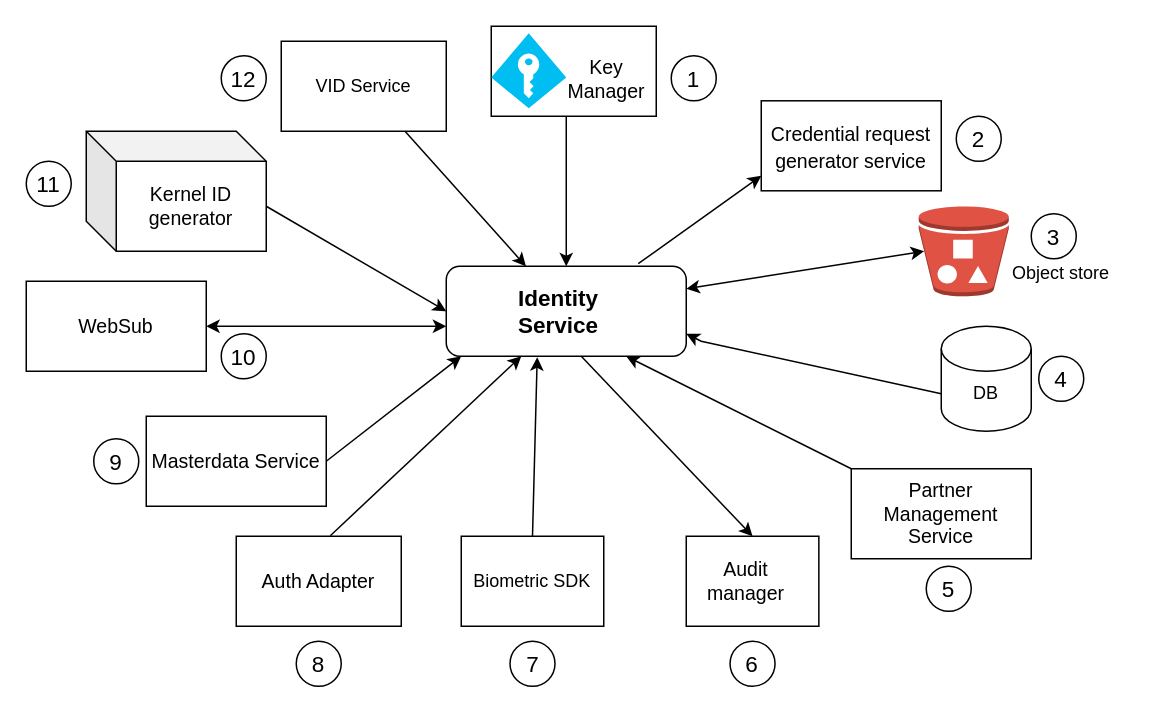
Before: docs/_images/identity-service.drawio in mosip/documentation, a draw.io diagram. Source tidied: cells renumbered, new cells numbered last; positions are measured from the earlier drawing's top-left corner, leaving out a move shared by most shapes. Both pictures are drawn from the tidied source at 150%, with x=0, y=0 at pixel (26, 26).
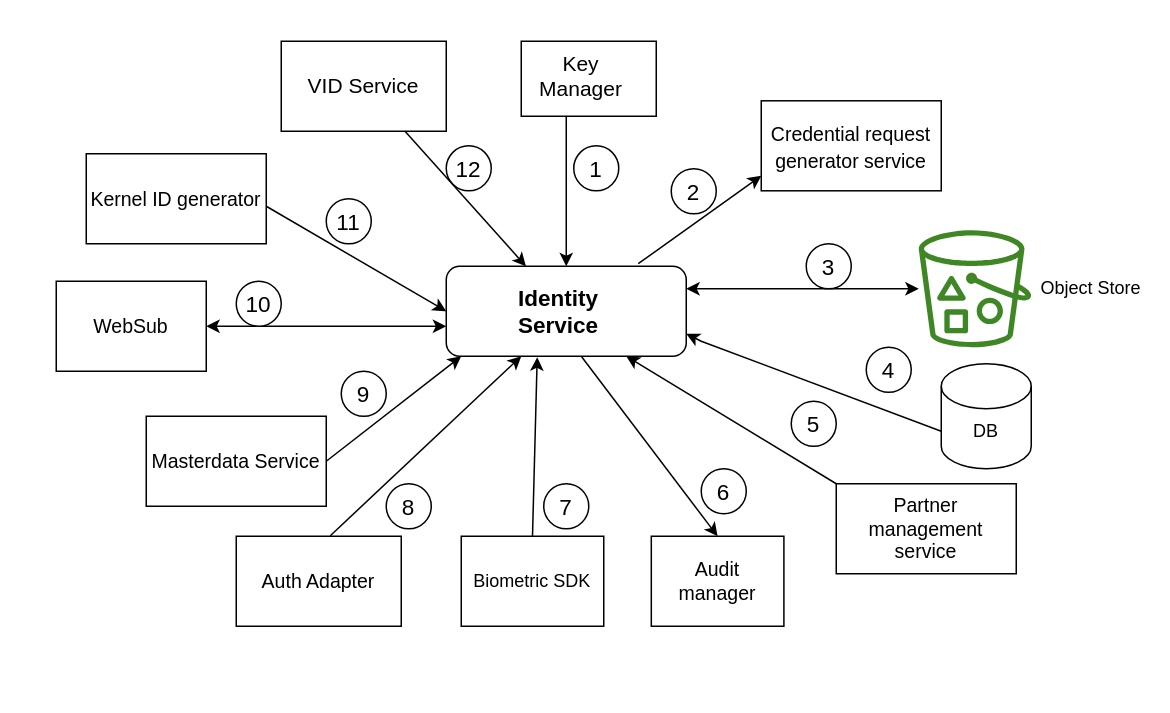
Above is the later version.

The change refers to these unchanged cells:
```xml
<mxCell id="2" style="rounded=1;whiteSpace=wrap;html=1;" parent="1" vertex="1">
  <mxGeometry x="280" y="160" width="160" height="60" as="geometry" />
</mxCell>
```

What changed in the source:
```diff
@@
     <mxCell id="4" value="&lt;font style=&quot;font-size: 13px&quot;&gt;WebSub&lt;/font&gt;" style="rounded=0;whiteSpace=wrap;html=1;" parent="1" vertex="1">
-      <mxGeometry y="170" width="120" height="60" as="geometry" />
+      <mxGeometry x="20" y="170" width="100" height="60" as="geometry" />
     </mxCell>
     <mxCell id="5" style="rounded=0;whiteSpace=wrap;html=1;" parent="1" vertex="1">
-      <mxGeometry x="310" width="110" height="60" as="geometry" />
+      <mxGeometry x="330" y="10" width="90" height="50" as="geometry" />
     </mxCell>
-    <mxCell id="6" value="&lt;font style=&quot;font-size: 13px&quot;&gt;Partner Management Service&lt;/font&gt;" style="rounded=0;whiteSpace=wrap;html=1;" parent="1" vertex="1">
-      <mxGeometry x="550" y="295" width="120" height="60" as="geometry" />
+    <mxCell id="6" value="&lt;font style=&quot;font-size: 13px&quot;&gt;Partner management service&lt;/font&gt;" style="rounded=0;whiteSpace=wrap;html=1;" parent="1" vertex="1">
+      <mxGeometry x="540" y="305" width="120" height="60" as="geometry" />
     </mxCell>
-    <mxCell id="7" value="VID Service" style="rounded=0;whiteSpace=wrap;html=1;" parent="1" vertex="1">
+    <mxCell id="7" value="&lt;font style=&quot;font-size: 14px&quot;&gt;VID Service&lt;/font&gt;" style="rounded=0;whiteSpace=wrap;html=1;" parent="1" vertex="1">
       <mxGeometry x="170" y="10" width="110" height="60" as="geometry" />
     </mxCell>
@@
     <mxCell id="11" style="rounded=0;whiteSpace=wrap;html=1;" parent="1" vertex="1">
-      <mxGeometry x="440" y="340" width="88.4" height="60" as="geometry" />
+      <mxGeometry x="416.7" y="340" width="88.4" height="60" as="geometry" />
     </mxCell>
-    <mxCell id="12" value="&lt;font style=&quot;font-size: 13px&quot;&gt;Key Manager&lt;/font&gt;" style="text;html=1;strokeColor=none;fillColor=none;align=center;verticalAlign=middle;whiteSpace=wrap;rounded=0;" parent="1" vertex="1">
-      <mxGeometry x="356.7" y="19.7" width="60" height="30" as="geometry" />
+    <mxCell id="12" value="&lt;font style=&quot;font-size: 14px&quot;&gt;Key Manager&lt;/font&gt;" style="text;html=1;strokeColor=none;fillColor=none;align=center;verticalAlign=middle;whiteSpace=wrap;rounded=0;" parent="1" vertex="1">
+      <mxGeometry x="340" y="20" width="60" height="25" as="geometry" />
     </mxCell>
-    <mxCell id="13" style="outlineConnect=0;dashed=0;verticalLabelPosition=bottom;verticalAlign=top;align=center;html=1;shape=mxgraph.aws3.bucket_with_objects;fillColor=#E05243;gradientColor=none;" parent="1" vertex="1">
-      <mxGeometry x="595" y="120" width="60" height="60" as="geometry" />
-    </mxCell>
-    <mxCell id="14" value="Object store" style="text;html=1;strokeColor=none;fillColor=none;align=center;verticalAlign=middle;whiteSpace=wrap;rounded=0;" parent="1" vertex="1">
-      <mxGeometry x="655" y="150" width="70" height="30" as="geometry" />
+    <mxCell id="14" value="Object Store" style="text;html=1;strokeColor=none;fillColor=none;align=center;verticalAlign=middle;whiteSpace=wrap;rounded=0;" parent="1" vertex="1">
+      <mxGeometry x="675" y="160" width="70" height="30" as="geometry" />
     </mxCell>
     <mxCell id="15" style="shape=cylinder3;whiteSpace=wrap;html=1;boundedLbl=1;backgroundOutline=1;size=15;" parent="1" vertex="1">
-      <mxGeometry x="610" y="200" width="60" height="70" as="geometry" />
+      <mxGeometry x="610" y="225" width="60" height="70" as="geometry" />
     </mxCell>
     <mxCell id="16" value="DB" style="text;html=1;strokeColor=none;fillColor=none;align=center;verticalAlign=middle;whiteSpace=wrap;rounded=0;" parent="1" vertex="1">
-      <mxGeometry x="610" y="220" width="60" height="50" as="geometry" />
+      <mxGeometry x="610" y="250" width="60" height="40" as="geometry" />
     </mxCell>
     <mxCell id="17" value="&lt;font style=&quot;font-size: 13px&quot;&gt;Audit manager&lt;/font&gt;" style="text;html=1;strokeColor=none;fillColor=none;align=center;verticalAlign=middle;whiteSpace=wrap;rounded=0;" parent="1" vertex="1">
-      <mxGeometry x="450" y="355" width="60" height="30" as="geometry" />
+      <mxGeometry x="430.9" y="355" width="60" height="30" as="geometry" />
     </mxCell>
-    <mxCell id="18" value="&lt;font style=&quot;font-size: 13px&quot;&gt;Kernel ID generator&lt;/font&gt;" style="shape=cube;whiteSpace=wrap;html=1;boundedLbl=1;backgroundOutline=1;darkOpacity=0.05;darkOpacity2=0.1;" parent="1" vertex="1">
-      <mxGeometry x="40" y="70" width="120" height="80" as="geometry" />
-    </mxCell>
@@
     <mxCell id="23" value="1" style="ellipse;whiteSpace=wrap;html=1;fontSize=15;" parent="1" vertex="1">
-      <mxGeometry x="430" y="19.7" width="30" height="30" as="geometry" />
+      <mxGeometry x="365" y="79.7" width="30" height="30" as="geometry" />
     </mxCell>
     <mxCell id="24" value="2" style="ellipse;whiteSpace=wrap;html=1;fontSize=15;" parent="1" vertex="1">
-      <mxGeometry x="620" y="60" width="30" height="30" as="geometry" />
+      <mxGeometry x="430" y="95" width="30" height="30" as="geometry" />
     </mxCell>
     <mxCell id="25" value="3" style="ellipse;whiteSpace=wrap;html=1;fontSize=15;" parent="1" vertex="1">
-      <mxGeometry x="670" y="125" width="30" height="30" as="geometry" />
+      <mxGeometry x="520" y="145" width="30" height="30" as="geometry" />
     </mxCell>
     <mxCell id="26" value="4" style="ellipse;whiteSpace=wrap;html=1;fontSize=15;" parent="1" vertex="1">
-      <mxGeometry x="675" y="220" width="30" height="30" as="geometry" />
+      <mxGeometry x="560" y="214" width="30" height="30" as="geometry" />
     </mxCell>
     <mxCell id="27" value="5" style="ellipse;whiteSpace=wrap;html=1;fontSize=15;" parent="1" vertex="1">
-      <mxGeometry x="600" y="360" width="30" height="30" as="geometry" />
+      <mxGeometry x="510" y="250" width="30" height="30" as="geometry" />
     </mxCell>
     <mxCell id="28" value="6" style="ellipse;whiteSpace=wrap;html=1;fontSize=15;" parent="1" vertex="1">
-      <mxGeometry x="469.2" y="410" width="30" height="30" as="geometry" />
+      <mxGeometry x="450" y="295" width="30" height="30" as="geometry" />
     </mxCell>
     <mxCell id="29" value="8" style="ellipse;whiteSpace=wrap;html=1;fontSize=15;" parent="1" vertex="1">
-      <mxGeometry x="180" y="410" width="30" height="30" as="geometry" />
+      <mxGeometry x="240" y="305" width="30" height="30" as="geometry" />
     </mxCell>
     <mxCell id="30" value="7" style="ellipse;whiteSpace=wrap;html=1;fontSize=15;" parent="1" vertex="1">
-      <mxGeometry x="322.5" y="410" width="30" height="30" as="geometry" />
+      <mxGeometry x="345" y="305" width="30" height="30" as="geometry" />
     </mxCell>
     <mxCell id="31" value="12" style="ellipse;whiteSpace=wrap;html=1;fontSize=15;" parent="1" vertex="1">
-      <mxGeometry x="130" y="19.7" width="30" height="30" as="geometry" />
+      <mxGeometry x="280" y="79.7" width="30" height="30" as="geometry" />
     </mxCell>
     <mxCell id="32" value="9" style="ellipse;whiteSpace=wrap;html=1;fontSize=15;" parent="1" vertex="1">
-      <mxGeometry x="45" y="275" width="30" height="30" as="geometry" />
+      <mxGeometry x="210" y="230" width="30" height="30" as="geometry" />
     </mxCell>
     <mxCell id="33" value="11" style="ellipse;whiteSpace=wrap;html=1;fontSize=15;" parent="1" vertex="1">
-      <mxGeometry y="90" width="30" height="30" as="geometry" />
+      <mxGeometry x="200" y="115" width="30" height="30" as="geometry" />
     </mxCell>
     <mxCell id="34" value="10" style="ellipse;whiteSpace=wrap;html=1;fontSize=15;" parent="1" vertex="1">
-      <mxGeometry x="130" y="205" width="30" height="30" as="geometry" />
+      <mxGeometry x="140" y="170" width="30" height="30" as="geometry" />
     </mxCell>
-    <mxCell id="35" style="verticalLabelPosition=bottom;html=1;verticalAlign=top;align=center;strokeColor=none;fillColor=#00BEF2;shape=mxgraph.azure.access_control;fontSize=15;" parent="1" vertex="1">
-      <mxGeometry x="310" y="4.7" width="50" height="50" as="geometry" />
-    </mxCell>
@@
-    <mxCell id="37" style="endArrow=classic;startArrow=classic;html=1;rounded=0;fontSize=15;entryX=0.06;entryY=0.5;entryDx=0;entryDy=0;entryPerimeter=0;exitX=1;exitY=0.25;exitDx=0;exitDy=0;" parent="1" edge="1" source="2" target="13">
+    <mxCell id="37" style="endArrow=classic;startArrow=classic;html=1;rounded=0;fontSize=15;exitX=1;exitY=0.25;exitDx=0;exitDy=0;" parent="1" edge="1" source="2" target="45">
       <mxGeometry relative="1" as="geometry" />
     </mxCell>
@@
+    <mxCell id="45" style="sketch=0;outlineConnect=0;fontColor=#232F3E;gradientColor=none;fillColor=#3F8624;strokeColor=none;dashed=0;verticalLabelPosition=bottom;verticalAlign=top;align=center;html=1;fontSize=12;fontStyle=0;shape=mxgraph.aws4.bucket_with_objects;" parent="1" vertex="1">
+      <mxGeometry x="595" y="136" width="75" height="78" as="geometry" />
+    </mxCell>
+    <mxCell id="18" value="Kernel ID generator" style="rounded=0;whiteSpace=wrap;html=1;fontSize=13;" parent="1" vertex="1">
+      <mxGeometry x="40" y="85" width="120" height="60" as="geometry" />
+    </mxCell>
```
